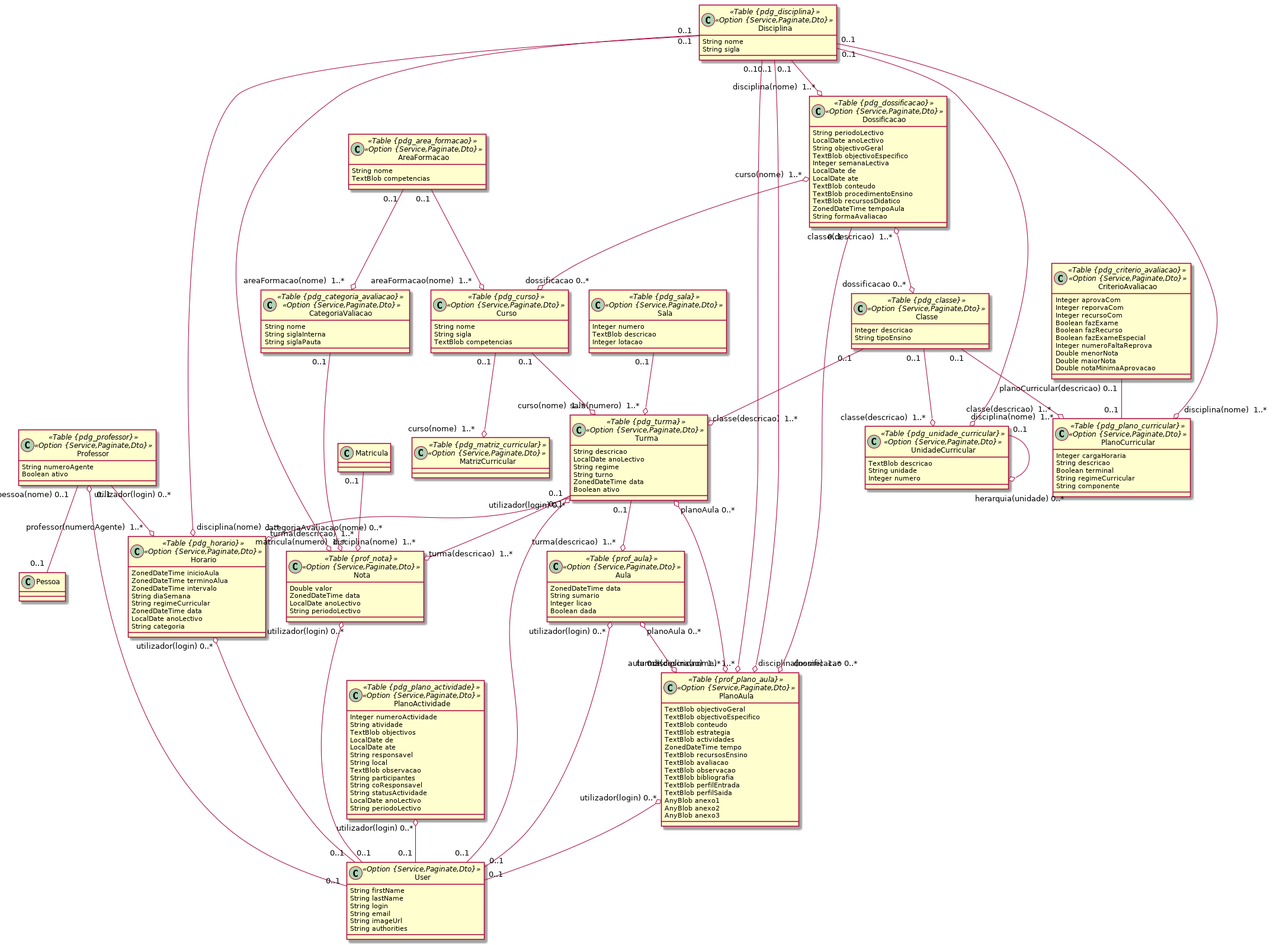
Earlier version of the PlantUML export domain-ensino/2pedagogico.png (ravunana/manda-ensino).
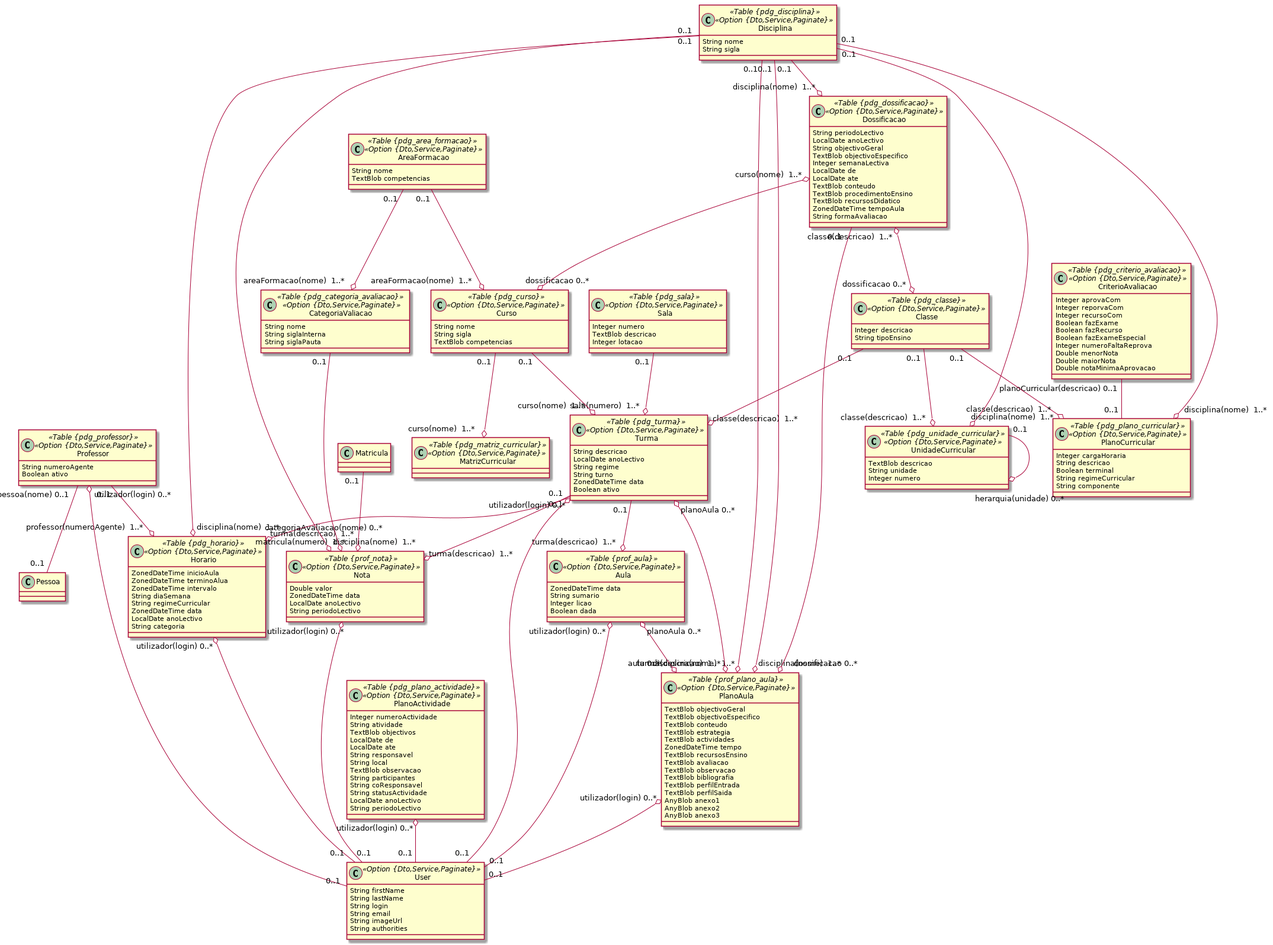
After the commit.

The edit, as a diff of the source:
```diff
@@ -1,46 +1,46 @@
 @startuml
 	!pragma syntax class
-	class Professor <<Table {pdg_professor}>><<Option {Service,Paginate,Dto}>> {
+	class Professor <<Table {pdg_professor}>><<Option {Dto,Service,Paginate}>> {
 		String numeroAgente
 		Boolean ativo
 	}
-	class Sala <<Table {pdg_sala}>><<Option {Service,Paginate,Dto}>> {
+	class Sala <<Table {pdg_sala}>><<Option {Dto,Service,Paginate}>> {
 		Integer numero
 		TextBlob descricao
 		Integer lotacao
 	}
-	class AreaFormacao <<Table {pdg_area_formacao}>><<Option {Service,Paginate,Dto}>> {
+	class AreaFormacao <<Table {pdg_area_formacao}>><<Option {Dto,Service,Paginate}>> {
 		String nome
 		TextBlob competencias
 	}
-	class Curso <<Table {pdg_curso}>><<Option {Service,Paginate,Dto}>> {
+	class Curso <<Table {pdg_curso}>><<Option {Dto,Service,Paginate}>> {
 		String nome
 		String sigla
 		TextBlob competencias
 	}
-	class Classe <<Table {pdg_classe}>><<Option {Service,Paginate,Dto}>> {
+	class Classe <<Table {pdg_classe}>><<Option {Dto,Service,Paginate}>> {
 		Integer descricao
 		String tipoEnsino
 	}
-	class Disciplina <<Table {pdg_disciplina}>><<Option {Service,Paginate,Dto}>> {
+	class Disciplina <<Table {pdg_disciplina}>><<Option {Dto,Service,Paginate}>> {
 		String nome
 		String sigla
 	}
-	class MatrizCurricular <<Table {pdg_matriz_curricular}>><<Option {Service,Paginate,Dto}>> {
+	class MatrizCurricular <<Table {pdg_matriz_curricular}>><<Option {Dto,Service,Paginate}>> {
 	}
-	class PlanoCurricular <<Table {pdg_plano_curricular}>><<Option {Service,Paginate,Dto}>> {
+	class PlanoCurricular <<Table {pdg_plano_curricular}>><<Option {Dto,Service,Paginate}>> {
 		Integer cargaHoraria
 		String descricao
 		Boolean terminal
 		String regimeCurricular
 		String componente
 	}
-	class UnidadeCurricular <<Table {pdg_unidade_curricular}>><<Option {Service,Paginate,Dto}>> {
+	class UnidadeCurricular <<Table {pdg_unidade_curricular}>><<Option {Dto,Service,Paginate}>> {
 		TextBlob descricao
 		String unidade
 		Integer numero
 	}
-	class CriterioAvaliacao <<Table {pdg_criterio_avaliacao}>><<Option {Service,Paginate,Dto}>> {
+	class CriterioAvaliacao <<Table {pdg_criterio_avaliacao}>><<Option {Dto,Service,Paginate}>> {
 		Integer aprovaCom
 		Integer reporvaCom
 		Integer recursoCom
@@ -52,7 +52,7 @@
 		Double maiorNota
 		Double notaMinimaAprovacao
 	}
-	class Turma <<Table {pdg_turma}>><<Option {Service,Paginate,Dto}>> {
+	class Turma <<Table {pdg_turma}>><<Option {Dto,Service,Paginate}>> {
 		String descricao
 		LocalDate anoLectivo
 		String regime
@@ -60,7 +60,7 @@
 		ZonedDateTime data
 		Boolean ativo
 	}
-	class Horario <<Table {pdg_horario}>><<Option {Service,Paginate,Dto}>> {
+	class Horario <<Table {pdg_horario}>><<Option {Dto,Service,Paginate}>> {
 		ZonedDateTime inicioAula
 		ZonedDateTime terminoAlua
 		ZonedDateTime intervalo
@@ -70,7 +70,7 @@
 		LocalDate anoLectivo
 		String categoria
 	}
-	class PlanoActividade <<Table {pdg_plano_actividade}>><<Option {Service,Paginate,Dto}>> {
+	class PlanoActividade <<Table {pdg_plano_actividade}>><<Option {Dto,Service,Paginate}>> {
 		Integer numeroActividade
 		String atividade
 		TextBlob objectivos
@@ -85,13 +85,13 @@
 		LocalDate anoLectivo
 		String periodoLectivo
 	}
-	class Aula <<Table {prof_aula}>><<Option {Service,Paginate,Dto}>> {
+	class Aula <<Table {prof_aula}>><<Option {Dto,Service,Paginate}>> {
 		ZonedDateTime data
 		String sumario
 		Integer licao
 		Boolean dada
 	}
-	class Dossificacao <<Table {pdg_dossificacao}>><<Option {Service,Paginate,Dto}>> {
+	class Dossificacao <<Table {pdg_dossificacao}>><<Option {Dto,Service,Paginate}>> {
 		String periodoLectivo
 		LocalDate anoLectivo
 		String objectivoGeral
@@ -105,7 +105,7 @@
 		ZonedDateTime tempoAula
 		String formaAvaliacao
 	}
-	class PlanoAula <<Table {prof_plano_aula}>><<Option {Service,Paginate,Dto}>> {
+	class PlanoAula <<Table {prof_plano_aula}>><<Option {Dto,Service,Paginate}>> {
 		TextBlob objectivoGeral
 		TextBlob objectivoEspecifico
 		TextBlob conteudo
@@ -122,12 +122,12 @@
 		AnyBlob anexo2
 		AnyBlob anexo3
 	}
-	class CategoriaValiacao <<Table {pdg_categoria_avaliacao}>><<Option {Service,Paginate,Dto}>> {
+	class CategoriaValiacao <<Table {pdg_categoria_avaliacao}>><<Option {Dto,Service,Paginate}>> {
 		String nome
 		String siglaInterna
 		String siglaPauta
 	}
-	class Nota <<Table {prof_nota}>><<Option {Service,Paginate,Dto}>> {
+	class Nota <<Table {prof_nota}>><<Option {Dto,Service,Paginate}>> {
 		Double valor
 		ZonedDateTime data
 		LocalDate anoLectivo
@@ -169,7 +169,7 @@
 	PlanoAula  "turma(descricao)  1..* " o--o "planoAula 0..* "  Turma
 	Dossificacao  "curso(nome)  1..* " o--o "dossificacao 0..* "  Curso
 	Dossificacao  "classe(descricao)  1..* " o--o "dossificacao 0..* "  Classe
-	class User <<Option {Service,Paginate,Dto}>> {
+	class User <<Option {Dto,Service,Paginate}>> {
 		String firstName
 		String lastName
 		String login
```
